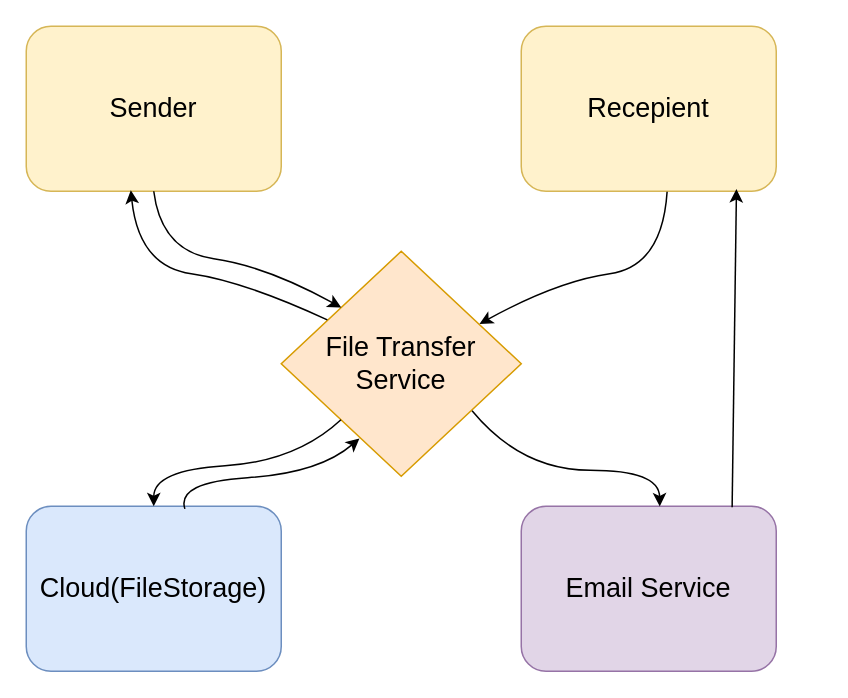
The draw.io diagram file_exchanger/docs/context.drawio in Robert-hedgehog/test-git-fossdev, before the edit. Source tidied: cells renumbered, new cells numbered last; positions are measured from the earlier drawing's top-left corner, leaving out a move shared by most shapes. Both pictures are drawn from the tidied source at 150%, with x=0, y=0 at pixel (26, 26).
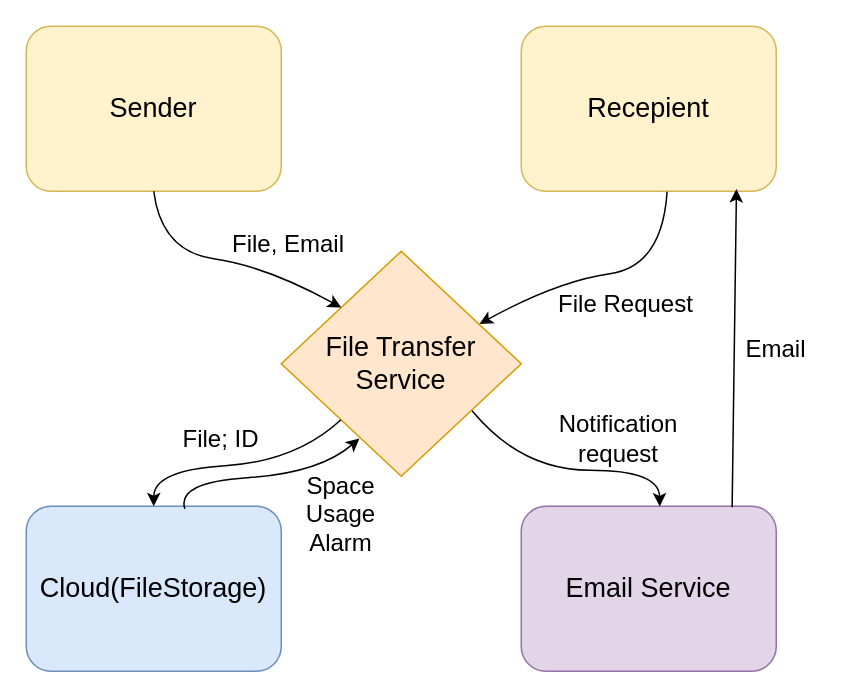
The same page after the edit.

Commit message:
Added system wide objects

The change refers to these unchanged cells:
```xml
<mxCell id="2" value="File Transfer Service" style="rhombus;whiteSpace=wrap;html=1;fontSize=18;fillColor=#ffe6cc;strokeColor=#d79b00;" parent="1" vertex="1">
  <mxGeometry x="170" y="150" width="160" height="150" as="geometry" />
</mxCell>
<mxCell id="3" value="Sender" style="rounded=1;whiteSpace=wrap;html=1;fontSize=18;fillColor=#fff2cc;strokeColor=#d6b656;" parent="1" vertex="1">
  <mxGeometry width="170" height="110" as="geometry" />
</mxCell>
```

Change to the diagram source:
```diff
@@
-    <mxCell id="7" style="curved=1;endArrow=classic;html=1;rounded=0;entryX=0;entryY=0;entryDx=0;entryDy=0;exitX=0.5;exitY=1;exitDx=0;exitDy=0;fontSize=18;" parent="1" edge="1" source="3" target="2">
-      <mxGeometry relative="1" as="geometry">
-        <Array as="points">
-          <mxPoint x="90" y="150" />
-          <mxPoint x="160" y="160" />
-        </Array>
-      </mxGeometry>
-    </mxCell>
-    <mxCell id="8" style="curved=1;endArrow=none;html=1;rounded=0;entryX=0.192;entryY=0.305;entryDx=0;entryDy=0;exitX=0.41;exitY=0.994;exitDx=0;exitDy=0;exitPerimeter=0;endFill=0;startArrow=classic;startFill=1;entryPerimeter=0;fontSize=18;" parent="1" edge="1" source="3" target="2">
-      <mxGeometry relative="1" as="geometry">
-        <Array as="points">
-          <mxPoint x="75" y="160" />
-          <mxPoint x="145" y="170" />
-        </Array>
-      </mxGeometry>
-    </mxCell>
+    <mxCell id="14" style="curved=1;endArrow=classic;html=1;rounded=0;entryX=0;entryY=0;entryDx=0;entryDy=0;exitX=0.5;exitY=1;exitDx=0;exitDy=0;fontSize=18;" parent="1" edge="1" source="3" target="2">
+      <mxGeometry relative="1" as="geometry">
+        <Array as="points">
+          <mxPoint x="90" y="150" />
+          <mxPoint x="160" y="160" />
+        </Array>
+      </mxGeometry>
+    </mxCell>
@@
+    <mxCell id="15" value="&lt;div&gt;File, Email&lt;/div&gt;" style="text;html=1;whiteSpace=wrap;strokeColor=none;fillColor=none;align=center;verticalAlign=middle;rounded=0;fontSize=16;" parent="1" vertex="1">
+      <mxGeometry x="130" y="130" width="90" height="30" as="geometry" />
+    </mxCell>
+    <mxCell id="16" value="&lt;font&gt;File Request&lt;/font&gt;" style="text;html=1;whiteSpace=wrap;strokeColor=none;fillColor=none;align=center;verticalAlign=middle;rounded=0;fontSize=16;" parent="1" vertex="1">
+      <mxGeometry x="350" y="170" width="100" height="30" as="geometry" />
+    </mxCell>
+    <mxCell id="17" value="&lt;div&gt;&lt;font&gt;Notification request&lt;/font&gt;&lt;/div&gt;" style="text;html=1;whiteSpace=wrap;strokeColor=none;fillColor=none;align=center;verticalAlign=middle;rounded=0;fontSize=16;" parent="1" vertex="1">
+      <mxGeometry x="350" y="250" width="90" height="50" as="geometry" />
+    </mxCell>
+    <mxCell id="18" value="Email" style="text;html=1;whiteSpace=wrap;strokeColor=none;fillColor=none;align=center;verticalAlign=middle;rounded=0;fontSize=16;" parent="1" vertex="1">
+      <mxGeometry x="470" y="200" width="60" height="30" as="geometry" />
+    </mxCell>
+    <mxCell id="19" value="&lt;div&gt;File; ID&lt;/div&gt;" style="text;html=1;whiteSpace=wrap;strokeColor=none;fillColor=none;align=center;verticalAlign=middle;rounded=0;fontSize=16;" parent="1" vertex="1">
+      <mxGeometry x="100" y="260" width="60" height="30" as="geometry" />
+    </mxCell>
+    <mxCell id="20" value="&lt;div&gt;Space Usage Alarm&lt;/div&gt;" style="text;html=1;whiteSpace=wrap;strokeColor=none;fillColor=none;align=center;verticalAlign=middle;rounded=0;fontSize=16;" parent="1" vertex="1">
+      <mxGeometry x="180" y="310" width="60" height="30" as="geometry" />
+    </mxCell>
```
